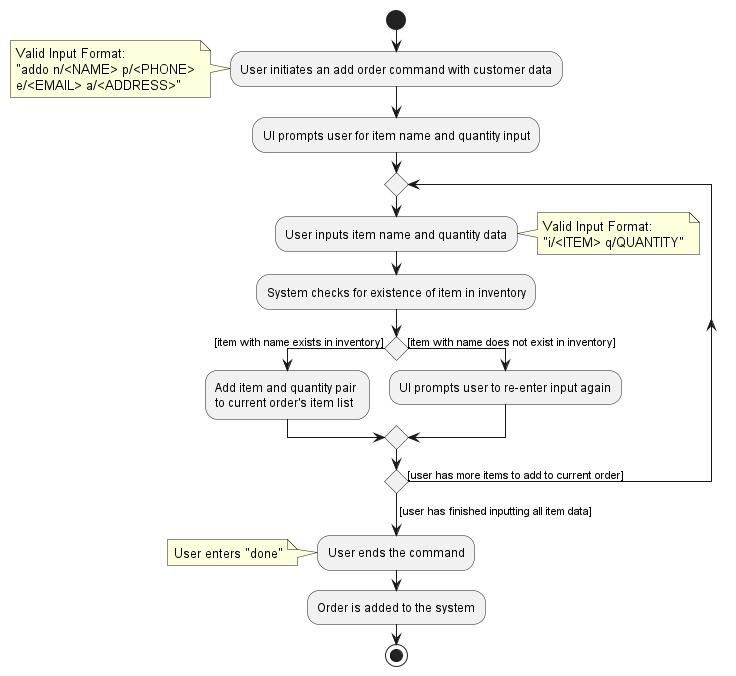
Before: docs/images/developer-guide/AddOrderActivityDiagram.png, a diagram exported from PlantUML (nus-cs2103-AY2223S1/tp). The source it was exported from:
```plantuml
@startuml
skinparam conditionStyle diamond

start
:User initiates an add order command with customer data;
note :Valid Input Format: \n"addo n/<NAME> p/<PHONE>\ne/<EMAIL> a/<ADDRESS>"
:UI prompts user for item name and quantity input;
repeat
    :User inputs item name and quantity data;
    note right: Valid Input Format:\n"i/<ITEM> q/QUANTITY"
    :System checks for existence of item in inventory;
        if () then ([item with name exists in inventory])
            :Add item and quantity pair \nto current order's item list;
        else([item with name does not exist in inventory])
            :UI prompts user to re-enter input again;
        endif
repeat while ([user has more items to add to current order])
-> [user has finished inputting all item data];
:User ends the command;
note: User enters "done"
:Order is added to the system;
stop

@enduml
```
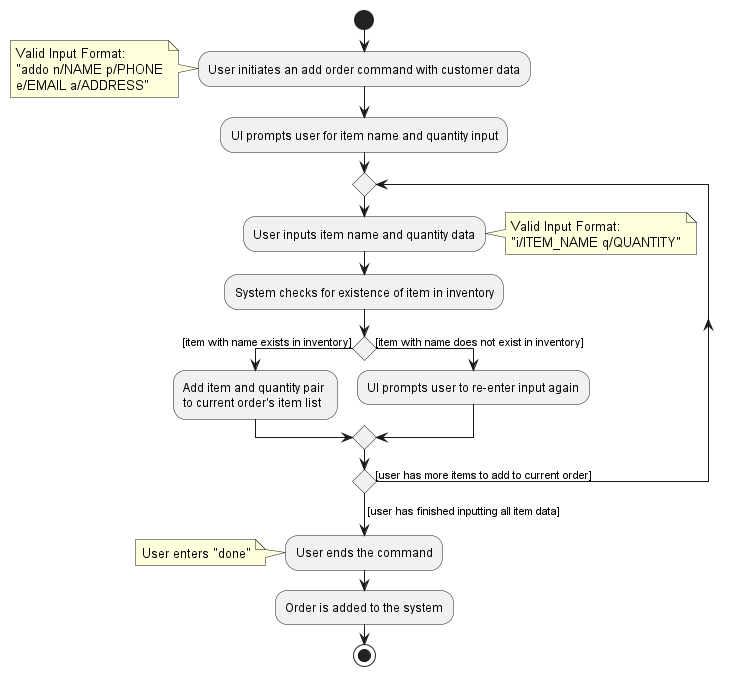
The same file after the commit.

Diff of the diagram source:
```diff
@@ -3,11 +3,11 @@
 
 start
 :User initiates an add order command with customer data;
-note :Valid Input Format: \n"addo n/<NAME> p/<PHONE>\ne/<EMAIL> a/<ADDRESS>"
+note :Valid Input Format: \n"addo n/NAME p/PHONE\ne/EMAIL a/ADDRESS"
 :UI prompts user for item name and quantity input;
 repeat
     :User inputs item name and quantity data;
-    note right: Valid Input Format:\n"i/<ITEM> q/QUANTITY"
+    note right: Valid Input Format:\n"i/ITEM_NAME q/QUANTITY"
     :System checks for existence of item in inventory;
         if () then ([item with name exists in inventory])
             :Add item and quantity pair \nto current order's item list;
```
